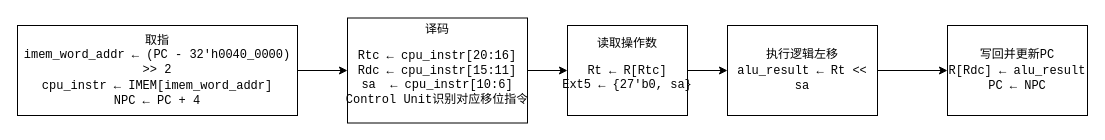
The draw.io diagram Add指令流程图.drawio in LV-ZHU/Computer_Organization_and_Architecture_Course_Design, before the edit. Source tidied: cells renumbered, new cells numbered last; positions are measured from the earlier drawing's top-left corner, leaving out a move shared by most shapes. Both pictures are drawn from the tidied source at 100%, with x=0, y=0 at pixel (17, 18).
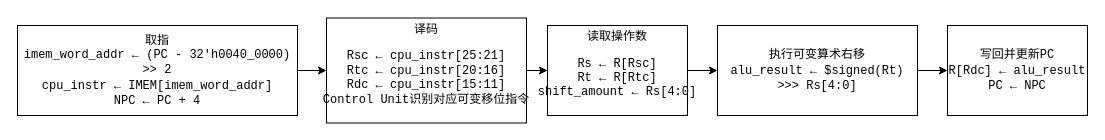
The same page after the edit.

Commit message:
更新SRAV指令流程图.drawio

The edit, as a diff of the source:
```diff
@@
 <mxGraphModel>
   <root>
     <mxCell id="0" />
     <mxCell id="1" parent="0" />
     <mxCell id="2" style="edgeStyle=orthogonalEdgeStyle;rounded=0;jettySize=auto;html=1;" parent="1" edge="1" source="3" target="5">
       <mxGeometry relative="1" as="geometry" />
     </mxCell>
     <mxCell id="3" value="取指&lt;div&gt;&lt;code dir=&quot;ltr&quot;&gt;imem_word_addr ← (PC - 32'h0040_0000) &amp;gt;&amp;gt; 2&lt;/code&gt;&lt;br&gt;&lt;code dir=&quot;ltr&quot;&gt;cpu_instr ← IMEM[imem_word_addr]&lt;/code&gt;&lt;br&gt;&lt;code dir=&quot;ltr&quot;&gt;NPC ← PC + 4&lt;/code&gt;&lt;/div&gt;" style="whiteSpace=wrap;html=1;" parent="1" vertex="1">
       <mxGeometry y="7" width="280" height="90" as="geometry" />
     </mxCell>
     <mxCell id="4" style="edgeStyle=orthogonalEdgeStyle;rounded=0;jettySize=auto;html=1;" parent="1" edge="1" source="5" target="7">
       <mxGeometry relative="1" as="geometry" />
     </mxCell>
-    <mxCell id="5" value="&lt;div&gt;&lt;font face=&quot;monospace&quot;&gt;译码&lt;/font&gt;&lt;/div&gt;&lt;div&gt;&lt;pre dir=&quot;ltr&quot;&gt;&lt;code&gt;Rtc ← cpu_instr[20:16]&lt;br/&gt;Rdc ← cpu_instr[15:11]&lt;br/&gt;sa  ← cpu_instr[10:6]&lt;br/&gt;Control Unit识别对应移位指令&lt;/code&gt;&lt;/pre&gt;&lt;/div&gt;" style="whiteSpace=wrap;html=1;" parent="1" vertex="1">
-      <mxGeometry x="330" y="-0.5" width="180" height="105" as="geometry" />
+    <mxCell id="5" value="&lt;div&gt;&lt;font face=&quot;monospace&quot;&gt;译码&lt;/font&gt;&lt;/div&gt;&lt;div&gt;&lt;pre dir=&quot;ltr&quot;&gt;&lt;code&gt;Rsc ← cpu_instr[25:21]&lt;br/&gt;Rtc ← cpu_instr[20:16]&lt;br/&gt;Rdc ← cpu_instr[15:11]&lt;br/&gt;Control Unit识别对应可变移位指令&lt;/code&gt;&lt;/pre&gt;&lt;/div&gt;" style="whiteSpace=wrap;html=1;" parent="1" vertex="1">
+      <mxGeometry x="309" y="-0.5" width="200" height="105" as="geometry" />
     </mxCell>
     <mxCell id="6" style="edgeStyle=orthogonalEdgeStyle;rounded=0;jettySize=auto;html=1;" parent="1" edge="1" source="7" target="9">
       <mxGeometry relative="1" as="geometry" />
     </mxCell>
-    <mxCell id="7" value="&lt;div&gt;&lt;font face=&quot;monospace&quot;&gt;读取操作数&lt;/font&gt;&lt;/div&gt;&lt;div&gt;&lt;pre dir=&quot;ltr&quot;&gt;&lt;code&gt;Rt ← R[Rtc]&lt;br/&gt;Ext5 ← {27'b0, sa}&lt;/code&gt;&lt;/pre&gt;&lt;/div&gt;" style="whiteSpace=wrap;html=1;" parent="1" vertex="1">
-      <mxGeometry x="550" y="7" width="120" height="90" as="geometry" />
+    <mxCell id="7" value="&lt;div&gt;&lt;font face=&quot;monospace&quot;&gt;读取操作数&lt;/font&gt;&lt;/div&gt;&lt;div&gt;&lt;pre dir=&quot;ltr&quot;&gt;&lt;code&gt;Rs ← R[Rsc]&lt;br/&gt;Rt ← R[Rtc]&lt;br/&gt;shift_amount ← Rs[4:0]&lt;/code&gt;&lt;/pre&gt;&lt;/div&gt;" style="whiteSpace=wrap;html=1;" parent="1" vertex="1">
+      <mxGeometry x="530" y="7" width="140" height="90" as="geometry" />
     </mxCell>
     <mxCell id="8" style="edgeStyle=orthogonalEdgeStyle;rounded=0;jettySize=auto;html=1;" parent="1" edge="1" source="9" target="10">
       <mxGeometry relative="1" as="geometry" />
     </mxCell>
-    <mxCell id="9" value="&lt;div&gt;&lt;code&gt;执行逻辑左移&lt;/code&gt;&lt;/div&gt;&lt;code&gt;alu_result ← Rt &amp;lt;&amp;lt; sa&lt;/code&gt;" style="whiteSpace=wrap;html=1;" parent="1" vertex="1">
-      <mxGeometry x="710" y="7" width="150" height="90" as="geometry" />
+    <mxCell id="9" value="&lt;div&gt;&lt;code&gt;执行可变算术右移&lt;/code&gt;&lt;/div&gt;&lt;code&gt;alu_result ← $signed(Rt) &amp;gt;&amp;gt;&amp;gt; Rs[4:0]&lt;/code&gt;" style="whiteSpace=wrap;html=1;" parent="1" vertex="1">
+      <mxGeometry x="700" y="7" width="200" height="90" as="geometry" />
     </mxCell>
     <mxCell id="10" value="&lt;font face=&quot;monospace&quot;&gt;写回并更新PC&lt;/font&gt;&lt;div&gt;&lt;code dir=&quot;ltr&quot;&gt;R[Rdc] ← alu_result&lt;/code&gt;&lt;br&gt;&lt;code dir=&quot;ltr&quot;&gt;PC ← NPC&lt;/code&gt;&lt;font face=&quot;monospace&quot;&gt;&lt;/font&gt;&lt;/div&gt;" style="whiteSpace=wrap;html=1;" parent="1" vertex="1">
       <mxGeometry x="930" y="7" width="140" height="90" as="geometry" />
     </mxCell>
   </root>
 </mxGraphModel>
```
